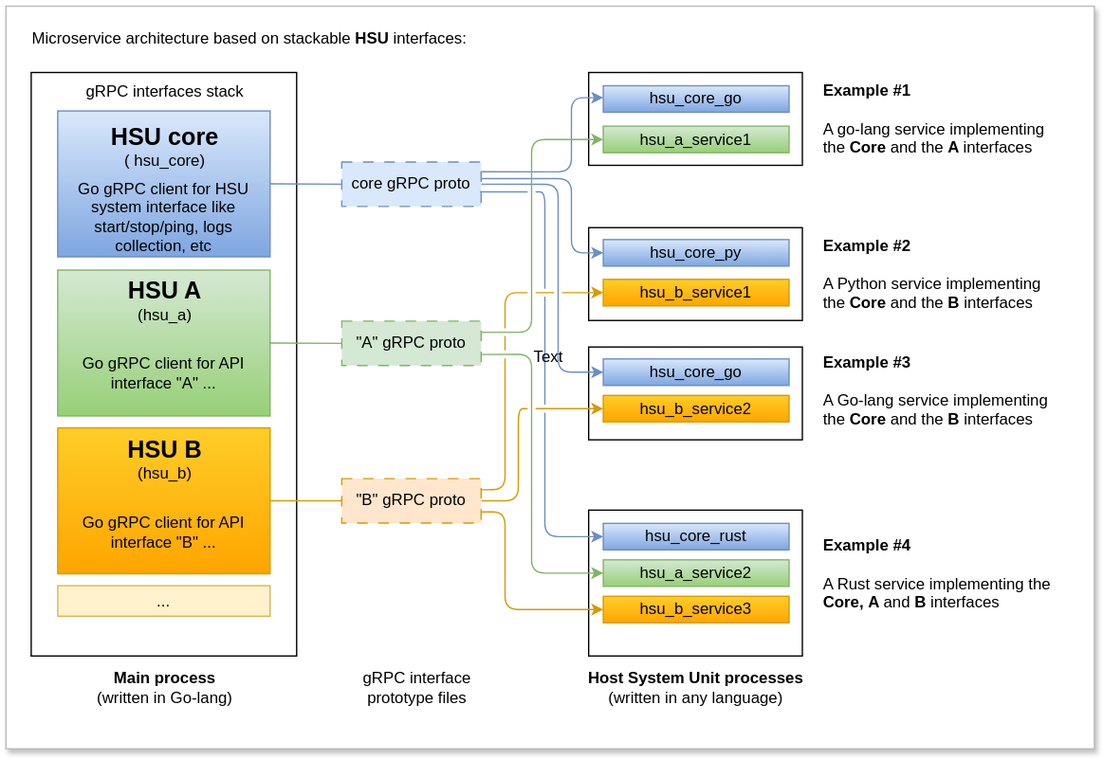
Earlier version of the draw.io export img/hsu-architecture.drawio.svg (ai-core-tools/hsu-docs). Source tidied: cells renumbered, new cells last; positions are measured from the earlier drawing's top-left corner, leaving out a move shared by most shapes.
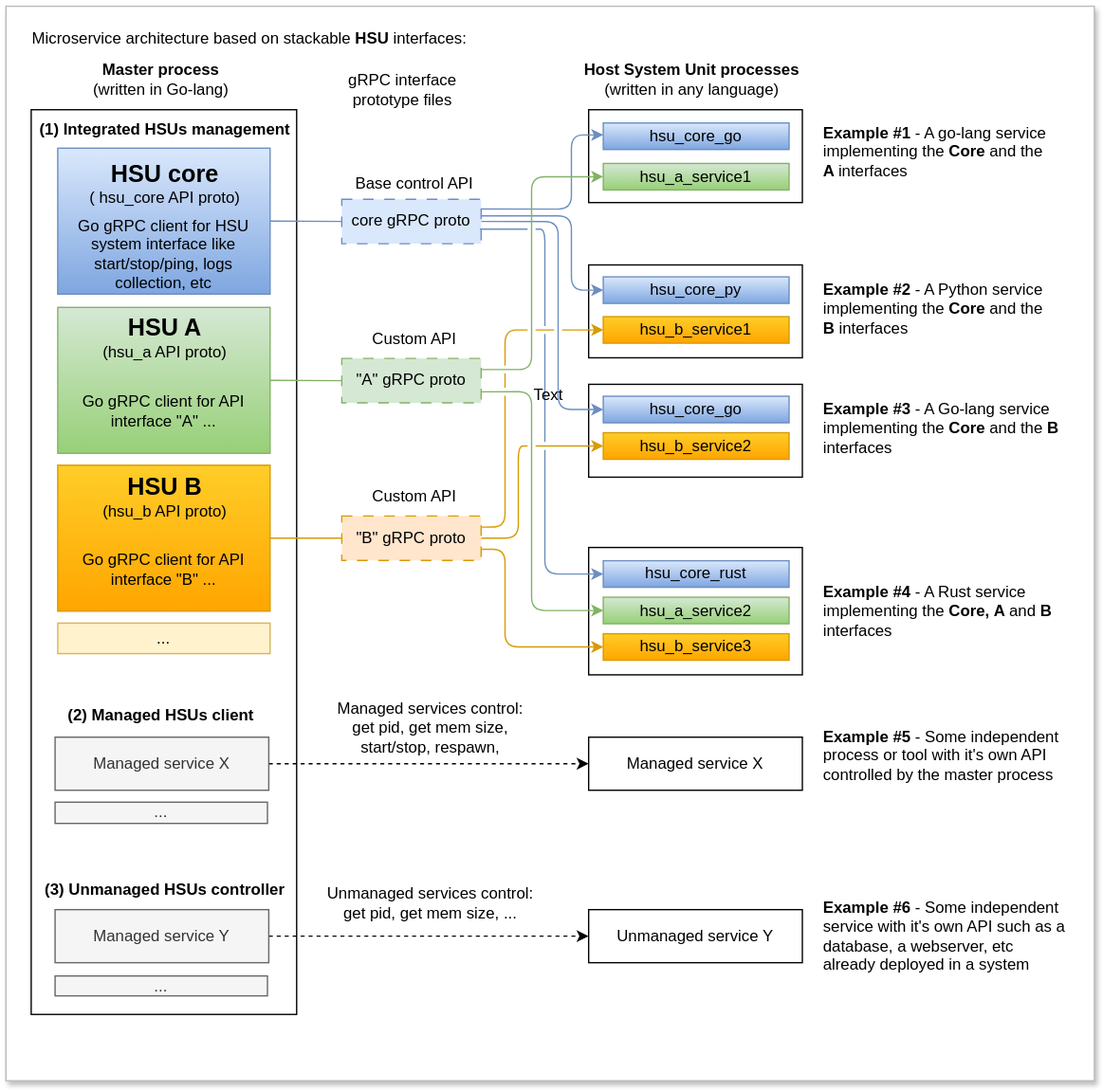
The same diagram one commit later.

Commit message:
Update README.md and architecture diagram

Diff of the diagram source:
```diff
@@ -3,10 +3,10 @@
     <mxCell id="0" />
     <mxCell id="1" parent="0" />
     <mxCell id="2" style="rounded=0;whiteSpace=wrap;html=1;shadow=1;strokeColor=light-dark(#bababa, #ededed);" parent="1" vertex="1">
-      <mxGeometry width="820" height="560" as="geometry" />
+      <mxGeometry y="-28" width="820" height="810" as="geometry" />
     </mxCell>
     <mxCell id="3" style="rounded=0;whiteSpace=wrap;html=1;" parent="1" vertex="1">
-      <mxGeometry x="19" y="50" width="200" height="440" as="geometry" />
+      <mxGeometry x="19" y="50" width="200" height="682" as="geometry" />
     </mxCell>
     <mxCell id="4" style="rounded=0;whiteSpace=wrap;html=1;" parent="1" vertex="1">
       <mxGeometry x="439" y="50" width="161" height="70" as="geometry" />
@@ -15,13 +15,13 @@
       <mxGeometry x="439" y="167" width="161" height="70" as="geometry" />
     </mxCell>
     <mxCell id="6" style="rounded=0;whiteSpace=wrap;html=1;" parent="1" vertex="1">
-      <mxGeometry x="439" y="380" width="161" height="110" as="geometry" />
+      <mxGeometry x="439" y="380" width="161" height="96" as="geometry" />
     </mxCell>
-    <mxCell id="7" value="&lt;b&gt;Main process&lt;/b&gt;&lt;br&gt;(written in Go-lang)" style="text;html=1;align=center;verticalAlign=middle;whiteSpace=wrap;rounded=0;" parent="1" vertex="1">
-      <mxGeometry x="40" y="499" width="160" height="30" as="geometry" />
+    <mxCell id="7" value="&lt;b&gt;Master process&lt;/b&gt;&lt;br&gt;(written in Go-lang)" style="text;html=1;align=center;verticalAlign=middle;whiteSpace=wrap;rounded=0;" parent="1" vertex="1">
+      <mxGeometry x="37" y="12" width="160" height="30" as="geometry" />
     </mxCell>
     <mxCell id="8" value="&lt;b&gt;Host System Unit&lt;/b&gt; &lt;b&gt;processes&lt;/b&gt;&lt;br&gt;(written in any language)" style="text;html=1;align=center;verticalAlign=middle;whiteSpace=wrap;rounded=0;" parent="1" vertex="1">
-      <mxGeometry x="430" y="499" width="180" height="30" as="geometry" />
+      <mxGeometry x="427" y="12" width="180" height="30" as="geometry" />
     </mxCell>
     <mxCell id="9" style="rounded=0;whiteSpace=wrap;html=1;fillColor=#ffcd28;strokeColor=#d79b00;gradientColor=#ffa500;" parent="1" vertex="1">
       <mxGeometry x="39" y="318" width="160" height="110" as="geometry" />
@@ -35,13 +35,13 @@
     <mxCell id="12" style="rounded=0;whiteSpace=wrap;html=1;fillColor=#dae8fc;strokeColor=#6c8ebf;gradientColor=#7ea6e0;" parent="1" vertex="1">
       <mxGeometry x="39" y="79" width="160" height="110" as="geometry" />
     </mxCell>
-    <mxCell id="13" value="gRPC interfaces stack" style="text;html=1;align=center;verticalAlign=middle;whiteSpace=wrap;rounded=0;" parent="1" vertex="1">
-      <mxGeometry x="40" y="50" width="160" height="30" as="geometry" />
+    <mxCell id="13" value="&lt;b&gt;(1) Integrated HSUs management&lt;/b&gt;" style="text;html=1;align=center;verticalAlign=middle;whiteSpace=wrap;rounded=0;" parent="1" vertex="1">
+      <mxGeometry x="20" y="50" width="200" height="30" as="geometry" />
     </mxCell>
-    <mxCell id="14" value="&lt;font style=&quot;&quot;&gt;&lt;span style=&quot;font-weight: bold; font-size: 18px;&quot;&gt;HSU core&lt;/span&gt;&lt;br&gt;&lt;font style=&quot;font-size: 12px;&quot;&gt;(&lt;/font&gt;&lt;/font&gt;hsu_core)" style="text;html=1;align=center;verticalAlign=middle;whiteSpace=wrap;rounded=0;" parent="1" vertex="1">
-      <mxGeometry x="70" y="90.5" width="100" height="30" as="geometry" />
+    <mxCell id="14" value="&lt;font style=&quot;&quot;&gt;&lt;span style=&quot;font-weight: bold; font-size: 18px;&quot;&gt;HSU core&lt;/span&gt;&lt;br&gt;&lt;font style=&quot;font-size: 12px;&quot;&gt;(&lt;/font&gt;&lt;/font&gt;hsu_core API proto)" style="text;html=1;align=center;verticalAlign=middle;whiteSpace=wrap;rounded=0;" parent="1" vertex="1">
+      <mxGeometry x="40" y="90.5" width="160" height="30" as="geometry" />
     </mxCell>
-    <mxCell id="15" value="&lt;b&gt;&lt;font style=&quot;font-size: 18px;&quot;&gt;HSU A&lt;/font&gt;&lt;/b&gt;&lt;br&gt;(hsu_a)" style="text;html=1;align=center;verticalAlign=middle;whiteSpace=wrap;rounded=0;" parent="1" vertex="1">
+    <mxCell id="15" value="&lt;b&gt;&lt;font style=&quot;font-size: 18px;&quot;&gt;HSU A&lt;/font&gt;&lt;/b&gt;&lt;br&gt;(hsu_a API proto)" style="text;html=1;align=center;verticalAlign=middle;whiteSpace=wrap;rounded=0;" parent="1" vertex="1">
       <mxGeometry x="70" y="206.5" width="100" height="30" as="geometry" />
     </mxCell>
     <mxCell id="16" value="Go gRPC client for HSU system interface like start/stop/ping, logs collection, etc" style="text;html=1;align=center;verticalAlign=middle;whiteSpace=wrap;rounded=0;" parent="1" vertex="1">
@@ -53,7 +53,7 @@
     <mxCell id="18" value="..." style="rounded=0;whiteSpace=wrap;html=1;fillColor=#fff2cc;strokeColor=#d6b656;" parent="1" vertex="1">
       <mxGeometry x="39" y="437" width="160" height="23" as="geometry" />
     </mxCell>
-    <mxCell id="19" value="&lt;b&gt;&lt;font style=&quot;font-size: 18px;&quot;&gt;HSU B&lt;/font&gt;&lt;/b&gt;&lt;br&gt;(hsu_b)" style="text;html=1;align=center;verticalAlign=middle;whiteSpace=wrap;rounded=0;" parent="1" vertex="1">
+    <mxCell id="19" value="&lt;b&gt;&lt;font style=&quot;font-size: 18px;&quot;&gt;HSU B&lt;/font&gt;&lt;/b&gt;&lt;br&gt;(hsu_b API proto)" style="text;html=1;align=center;verticalAlign=middle;whiteSpace=wrap;rounded=0;" parent="1" vertex="1">
       <mxGeometry x="70" y="327" width="100" height="30" as="geometry" />
     </mxCell>
     <mxCell id="20" value="&lt;span style=&quot;color: rgb(0, 0, 0);&quot;&gt;Go gRPC client for API interface &quot;B&quot; ...&amp;nbsp;&lt;/span&gt;" style="text;html=1;align=center;verticalAlign=middle;whiteSpace=wrap;rounded=0;" parent="1" vertex="1">
@@ -171,7 +171,7 @@
       <mxGeometry x="253" y="356.2" width="105" height="33.5" as="geometry" />
     </mxCell>
     <mxCell id="44" value="gRPC interface&lt;br&gt;prototype files" style="text;html=1;align=center;verticalAlign=middle;whiteSpace=wrap;rounded=0;" parent="1" vertex="1">
-      <mxGeometry x="229.5" y="499" width="160" height="30" as="geometry" />
+      <mxGeometry x="219" y="20" width="160" height="30" as="geometry" />
     </mxCell>
     <mxCell id="45" style="edgeStyle=orthogonalEdgeStyle;html=1;exitX=1;exitY=0.5;exitDx=0;exitDy=0;entryX=0;entryY=0.5;entryDx=0;entryDy=0;jumpStyle=gap;strokeColor=light-dark(#6c8ebf, #ededed);" parent="1" edge="1" target="29">
       <mxGeometry relative="1" as="geometry">
@@ -182,23 +182,74 @@
         </Array>
       </mxGeometry>
     </mxCell>
-    <mxCell id="46" value="&lt;b&gt;Example #1&lt;br&gt;&lt;/b&gt;&lt;br&gt;&lt;div&gt;A go-lang service implementing the &lt;b&gt;Core&lt;/b&gt; and the &lt;b&gt;A&lt;/b&gt; interfaces&lt;/div&gt;" style="text;html=1;align=left;verticalAlign=middle;whiteSpace=wrap;rounded=0;" parent="1" vertex="1">
-      <mxGeometry x="614" y="70" width="175" height="30" as="geometry" />
+    <mxCell id="46" value="&lt;b&gt;Example #1 &lt;/b&gt;-&amp;nbsp;&lt;span style=&quot;background-color: transparent;&quot;&gt;A go-lang service implementing the &lt;/span&gt;&lt;b style=&quot;background-color: transparent;&quot;&gt;Core&lt;/b&gt;&lt;span style=&quot;background-color: transparent;&quot;&gt; and the &lt;/span&gt;&lt;b style=&quot;background-color: transparent;&quot;&gt;A&lt;/b&gt;&lt;span style=&quot;background-color: transparent;&quot;&gt; interfaces&lt;/span&gt;" style="text;html=1;align=left;verticalAlign=middle;whiteSpace=wrap;rounded=0;" parent="1" vertex="1">
+      <mxGeometry x="614" y="67" width="175" height="30" as="geometry" />
     </mxCell>
-    <mxCell id="47" value="&lt;b&gt;Example #2&lt;br&gt;&lt;/b&gt;&lt;br&gt;&lt;div&gt;A Python service implementing the &lt;b&gt;Core&lt;/b&gt; and the &lt;b&gt;B&lt;/b&gt; interfaces&lt;/div&gt;" style="text;html=1;align=left;verticalAlign=middle;whiteSpace=wrap;rounded=0;" parent="1" vertex="1">
-      <mxGeometry x="614" y="187" width="175" height="30" as="geometry" />
+    <mxCell id="47" value="&lt;b&gt;Example #2 &lt;/b&gt;-&amp;nbsp;&lt;span style=&quot;background-color: transparent;&quot;&gt;A Python service implementing the &lt;/span&gt;&lt;b style=&quot;background-color: transparent;&quot;&gt;Core&lt;/b&gt;&lt;span style=&quot;background-color: transparent;&quot;&gt; and the &lt;/span&gt;&lt;b style=&quot;background-color: transparent;&quot;&gt;B&lt;/b&gt;&lt;span style=&quot;background-color: transparent;&quot;&gt; interfaces&lt;/span&gt;" style="text;html=1;align=left;verticalAlign=middle;whiteSpace=wrap;rounded=0;" parent="1" vertex="1">
+      <mxGeometry x="614" y="185" width="175" height="30" as="geometry" />
     </mxCell>
-    <mxCell id="48" value="&lt;b&gt;Example #3&lt;br&gt;&lt;/b&gt;&lt;br&gt;&lt;div&gt;A Go-lang service implementing the &lt;b&gt;Core&lt;/b&gt; and the &lt;b&gt;B&lt;/b&gt; interfaces&lt;/div&gt;" style="text;html=1;align=left;verticalAlign=middle;whiteSpace=wrap;rounded=0;" parent="1" vertex="1">
+    <mxCell id="48" value="&lt;b&gt;Example #3 &lt;/b&gt;-&amp;nbsp;&lt;span style=&quot;background-color: transparent;&quot;&gt;A Go-lang service implementing the &lt;/span&gt;&lt;b style=&quot;background-color: transparent;&quot;&gt;Core&lt;/b&gt;&lt;span style=&quot;background-color: transparent;&quot;&gt; and the &lt;/span&gt;&lt;b style=&quot;background-color: transparent;&quot;&gt;B&lt;/b&gt;&lt;span style=&quot;background-color: transparent;&quot;&gt; interfaces&lt;/span&gt;" style="text;html=1;align=left;verticalAlign=middle;whiteSpace=wrap;rounded=0;" parent="1" vertex="1">
       <mxGeometry x="614" y="275" width="185" height="30" as="geometry" />
     </mxCell>
-    <mxCell id="49" value="&lt;b&gt;Example #4&lt;br&gt;&lt;/b&gt;&lt;br&gt;&lt;div&gt;A Rust service implementing the &lt;b&gt;Core,&amp;nbsp;A&lt;/b&gt; and&amp;nbsp;&lt;b&gt;B&lt;/b&gt; interfaces&lt;/div&gt;" style="text;html=1;align=left;verticalAlign=middle;whiteSpace=wrap;rounded=0;" parent="1" vertex="1">
+    <mxCell id="49" value="&lt;b&gt;Example #4 &lt;/b&gt;-&amp;nbsp;&lt;span style=&quot;background-color: transparent;&quot;&gt;A Rust service implementing the &lt;/span&gt;&lt;b style=&quot;background-color: transparent;&quot;&gt;Core,&amp;nbsp;A&lt;/b&gt;&lt;span style=&quot;background-color: transparent;&quot;&gt; and&amp;nbsp;&lt;/span&gt;&lt;b style=&quot;background-color: transparent;&quot;&gt;B&lt;/b&gt;&lt;span style=&quot;background-color: transparent;&quot;&gt; interfaces&lt;/span&gt;" style="text;html=1;align=left;verticalAlign=middle;whiteSpace=wrap;rounded=0;" parent="1" vertex="1">
       <mxGeometry x="614" y="412.5" width="185" height="30" as="geometry" />
     </mxCell>
     <mxCell id="50" value="Text" style="text;html=1;align=center;verticalAlign=middle;whiteSpace=wrap;rounded=0;" parent="1" vertex="1">
       <mxGeometry x="379" y="250" width="60" height="30" as="geometry" />
     </mxCell>
     <mxCell id="51" value="Microservice architecture&amp;nbsp;based on stackable &lt;b&gt;HSU&lt;/b&gt; interfaces:" style="text;html=1;align=left;verticalAlign=middle;whiteSpace=wrap;rounded=0;" parent="1" vertex="1">
-      <mxGeometry x="18" y="10" width="580" height="30" as="geometry" />
+      <mxGeometry x="18" y="-18" width="580" height="30" as="geometry" />
     </mxCell>
+    <mxCell id="52" value="Managed service X" style="rounded=0;whiteSpace=wrap;html=1;" parent="1" vertex="1">
+      <mxGeometry x="439" y="523" width="161" height="40" as="geometry" />
+    </mxCell>
+    <mxCell id="53" value="Unmanaged service Y" style="rounded=0;whiteSpace=wrap;html=1;" parent="1" vertex="1">
+      <mxGeometry x="439" y="653" width="161" height="40" as="geometry" />
+    </mxCell>
+    <mxCell id="54" style="edgeStyle=none;html=1;exitX=1;exitY=0.5;exitDx=0;exitDy=0;dashed=1;" parent="1" edge="1" source="55" target="52">
+      <mxGeometry relative="1" as="geometry" />
+    </mxCell>
+    <mxCell id="55" value="Managed service X" style="rounded=0;whiteSpace=wrap;html=1;fillColor=#f5f5f5;fontColor=#333333;strokeColor=#666666;" parent="1" vertex="1">
+      <mxGeometry x="37" y="523" width="161" height="40" as="geometry" />
+    </mxCell>
+    <mxCell id="56" value="&lt;b&gt;(2) Managed HSUs client&lt;/b&gt;" style="text;html=1;align=center;verticalAlign=middle;whiteSpace=wrap;rounded=0;" parent="1" vertex="1">
+      <mxGeometry x="37" y="492" width="160" height="30" as="geometry" />
+    </mxCell>
+    <mxCell id="57" style="edgeStyle=none;html=1;exitX=1;exitY=0.5;exitDx=0;exitDy=0;entryX=0;entryY=0.5;entryDx=0;entryDy=0;dashed=1;" parent="1" edge="1" source="58" target="53">
+      <mxGeometry relative="1" as="geometry" />
+    </mxCell>
+    <mxCell id="58" value="Managed service Y" style="rounded=0;whiteSpace=wrap;html=1;fillColor=#f5f5f5;fontColor=#333333;strokeColor=#666666;" parent="1" vertex="1">
+      <mxGeometry x="37" y="653" width="161" height="40" as="geometry" />
+    </mxCell>
+    <mxCell id="59" value="..." style="rounded=0;whiteSpace=wrap;html=1;fillColor=#f5f5f5;strokeColor=#666666;fontColor=#333333;verticalAlign=middle;" parent="1" vertex="1">
+      <mxGeometry x="37" y="572" width="160" height="16" as="geometry" />
+    </mxCell>
+    <mxCell id="60" value="Managed services control:&lt;br&gt;get pid, get mem size,&amp;nbsp;&lt;span style=&quot;color: rgb(0, 0, 0);&quot;&gt;start/stop, respawn,&amp;nbsp;&lt;/span&gt;" style="text;html=1;align=center;verticalAlign=middle;whiteSpace=wrap;rounded=0;" parent="1" vertex="1">
+      <mxGeometry x="240" y="501" width="160" height="30" as="geometry" />
+    </mxCell>
+    <mxCell id="61" value="&lt;b&gt;Example #5&lt;/b&gt; -&amp;nbsp;&lt;span style=&quot;background-color: transparent;&quot;&gt;Some independent process or tool with it's own API controlled by the master process&lt;/span&gt;" style="text;html=1;align=left;verticalAlign=middle;whiteSpace=wrap;rounded=0;" parent="1" vertex="1">
+      <mxGeometry x="614" y="522" width="185" height="30" as="geometry" />
+    </mxCell>
+    <mxCell id="62" value="..." style="rounded=0;whiteSpace=wrap;html=1;fillColor=#f5f5f5;strokeColor=#666666;fontColor=#333333;" parent="1" vertex="1">
+      <mxGeometry x="37" y="703" width="160" height="15" as="geometry" />
+    </mxCell>
+    <mxCell id="63" value="&lt;b&gt;(3) Unmanaged HSUs controller&lt;/b&gt;" style="text;html=1;align=center;verticalAlign=middle;whiteSpace=wrap;rounded=0;" parent="1" vertex="1">
+      <mxGeometry x="20" y="623" width="200" height="30" as="geometry" />
+    </mxCell>
+    <mxCell id="64" value="&lt;b&gt;Example #6 &lt;/b&gt;-&amp;nbsp;&lt;span style=&quot;background-color: transparent;&quot;&gt;Some independent service with it's own API such as a database, a webserver, etc already deployed in a system&lt;/span&gt;" style="text;html=1;align=left;verticalAlign=middle;whiteSpace=wrap;rounded=0;" parent="1" vertex="1">
+      <mxGeometry x="614" y="658" width="185" height="30" as="geometry" />
+    </mxCell>
+    <mxCell id="65" value="Unmanaged services control:&lt;br&gt;get pid, get mem size, ..." style="text;html=1;align=center;verticalAlign=middle;whiteSpace=wrap;rounded=0;" parent="1" vertex="1">
+      <mxGeometry x="235" y="633" width="170" height="30" as="geometry" />
+    </mxCell>
+    <mxCell id="66" value="Base control API" style="text;html=1;align=center;verticalAlign=middle;whiteSpace=wrap;rounded=0;" parent="1" vertex="1">
+      <mxGeometry x="228" y="90.5" width="160" height="30" as="geometry" />
+    </mxCell>
+    <mxCell id="67" value="Custom API" style="text;html=1;align=center;verticalAlign=middle;whiteSpace=wrap;rounded=0;" parent="1" vertex="1">
+      <mxGeometry x="228" y="207.5" width="160" height="30" as="geometry" />
+    </mxCell>
+    <mxCell id="68" value="Custom API" style="text;html=1;align=center;verticalAlign=middle;whiteSpace=wrap;rounded=0;" parent="1" vertex="1">
+      <mxGeometry x="228" y="327" width="160" height="30" as="geometry" />
+    </mxCell>
   </root>
 </mxGraphModel>
```
